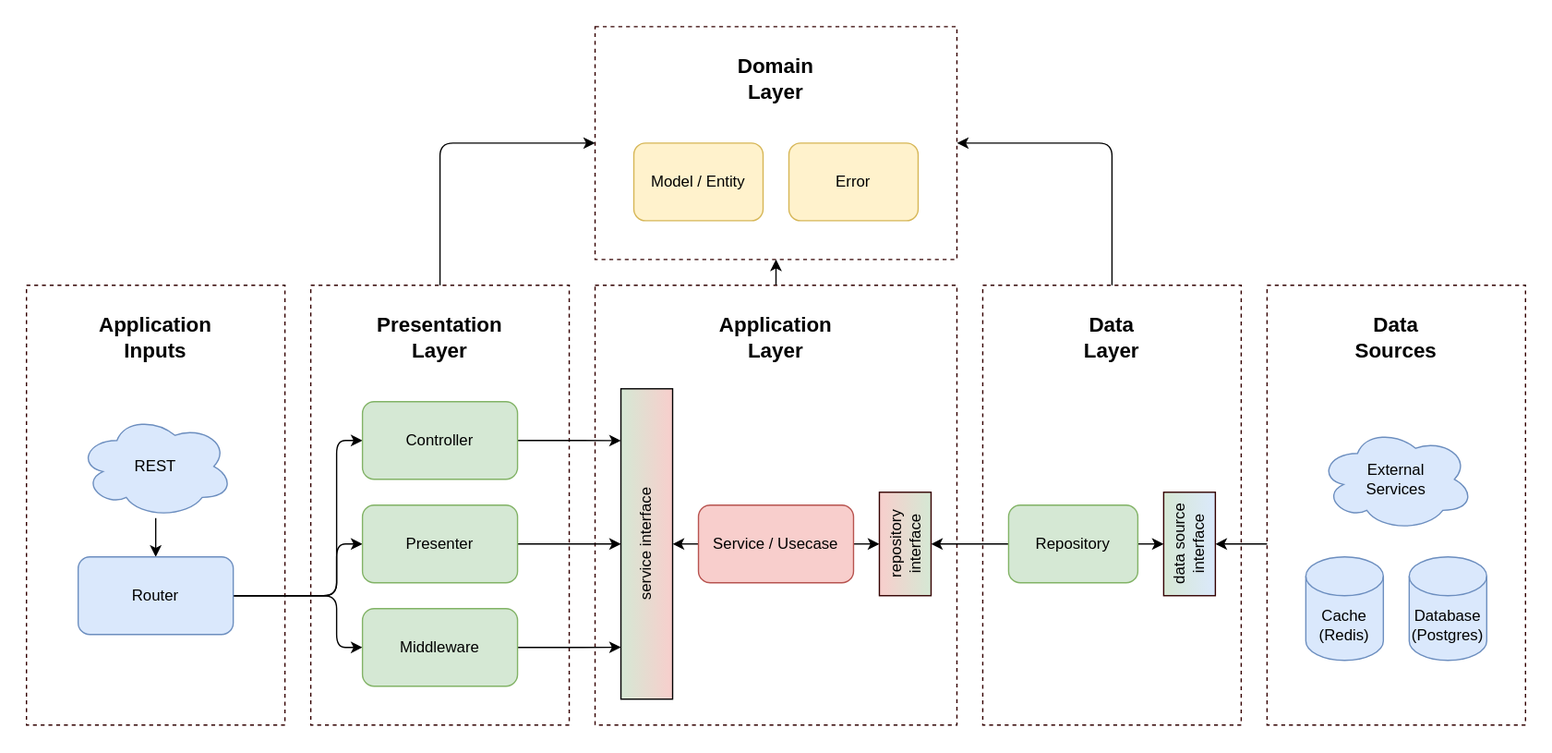
The draw.io diagram docs/architecture.drawio.svg in kevindharmawan/saas-backend, before a commit. Source tidied: cells renumbered, new cells last; positions are measured from the earlier drawing's top-left corner, leaving out a move shared by most shapes. Source of this version:
```xml
<mxGraphModel>
  <root>
    <mxCell id="0" />
    <mxCell id="1" parent="0" />
    <mxCell id="2" style="rounded=0;whiteSpace=wrap;html=1;fillColor=default;strokeColor=none;" parent="1" vertex="1">
      <mxGeometry width="1200" height="580" as="geometry" />
    </mxCell>
    <mxCell id="3" style="edgeStyle=orthogonalEdgeStyle;html=1;" parent="1" edge="1" source="4" target="44">
      <mxGeometry relative="1" as="geometry">
        <Array as="points">
          <mxPoint x="970" y="420" />
          <mxPoint x="970" y="420" />
        </Array>
      </mxGeometry>
    </mxCell>
    <mxCell id="4" style="rounded=0;whiteSpace=wrap;html=1;strokeColor=#330000;fillColor=none;gradientColor=none;dashed=1;" parent="1" vertex="1">
      <mxGeometry x="980" y="220" width="200" height="340" as="geometry" />
    </mxCell>
    <mxCell id="5" style="rounded=0;whiteSpace=wrap;html=1;strokeColor=#330000;fillColor=none;gradientColor=none;dashed=1;" parent="1" vertex="1">
      <mxGeometry x="20" y="220" width="200" height="340" as="geometry" />
    </mxCell>
    <mxCell id="6" value="&lt;span style=&quot;font-size: 16px;&quot;&gt;&lt;b&gt;Application Inputs&lt;/b&gt;&lt;/span&gt;" style="text;html=1;strokeColor=none;fillColor=none;align=center;verticalAlign=middle;whiteSpace=wrap;rounded=0;dashed=1;" parent="1" vertex="1">
      <mxGeometry x="60" y="240" width="120" height="40" as="geometry" />
    </mxCell>
    <mxCell id="7" style="rounded=0;whiteSpace=wrap;html=1;strokeColor=#330000;fillColor=none;gradientColor=none;dashed=1;" parent="1" vertex="1">
      <mxGeometry x="460" y="20" width="280" height="180" as="geometry" />
    </mxCell>
    <mxCell id="8" value="&lt;font style=&quot;font-size: 16px;&quot;&gt;&lt;b&gt;Domain&lt;br&gt;Layer&lt;/b&gt;&lt;/font&gt;" style="text;html=1;strokeColor=none;fillColor=none;align=center;verticalAlign=middle;whiteSpace=wrap;rounded=0;dashed=1;" parent="1" vertex="1">
      <mxGeometry x="540" y="40" width="120" height="40" as="geometry" />
    </mxCell>
    <mxCell id="9" style="edgeStyle=orthogonalEdgeStyle;html=1;entryX=1;entryY=0.5;entryDx=0;entryDy=0;fontSize=16;endArrow=classic;endFill=1;" parent="1" edge="1" source="10" target="7">
      <mxGeometry relative="1" as="geometry">
        <Array as="points">
          <mxPoint x="860" y="110" />
        </Array>
      </mxGeometry>
    </mxCell>
    <mxCell id="10" style="rounded=0;whiteSpace=wrap;html=1;strokeColor=#330000;fillColor=none;gradientColor=none;dashed=1;" parent="1" vertex="1">
      <mxGeometry x="760" y="220" width="200" height="340" as="geometry" />
    </mxCell>
    <mxCell id="11" value="&lt;font style=&quot;font-size: 16px;&quot;&gt;&lt;b&gt;Data&lt;br&gt;Layer&lt;/b&gt;&lt;/font&gt;" style="text;html=1;strokeColor=none;fillColor=none;align=center;verticalAlign=middle;whiteSpace=wrap;rounded=0;dashed=1;" parent="1" vertex="1">
      <mxGeometry x="800" y="240" width="120" height="40" as="geometry" />
    </mxCell>
    <mxCell id="12" style="edgeStyle=orthogonalEdgeStyle;html=1;entryX=0;entryY=0.5;entryDx=0;entryDy=0;fontSize=16;endArrow=classic;endFill=1;" parent="1" edge="1" source="13" target="7">
      <mxGeometry relative="1" as="geometry">
        <Array as="points">
          <mxPoint x="340" y="110" />
        </Array>
      </mxGeometry>
    </mxCell>
    <mxCell id="13" style="rounded=0;whiteSpace=wrap;html=1;strokeColor=#330000;fillColor=none;gradientColor=none;dashed=1;" parent="1" vertex="1">
      <mxGeometry x="240" y="220" width="200" height="340" as="geometry" />
    </mxCell>
    <mxCell id="14" value="&lt;font style=&quot;font-size: 16px;&quot;&gt;&lt;b&gt;Presentation Layer&lt;/b&gt;&lt;/font&gt;" style="text;html=1;strokeColor=none;fillColor=none;align=center;verticalAlign=middle;whiteSpace=wrap;rounded=0;dashed=1;" parent="1" vertex="1">
      <mxGeometry x="280" y="240" width="120" height="40" as="geometry" />
    </mxCell>
    <mxCell id="15" style="edgeStyle=orthogonalEdgeStyle;html=1;entryX=0.5;entryY=1;entryDx=0;entryDy=0;fontSize=16;endArrow=classic;endFill=1;" parent="1" edge="1" source="16" target="7">
      <mxGeometry relative="1" as="geometry" />
    </mxCell>
    <mxCell id="16" style="rounded=0;whiteSpace=wrap;html=1;strokeColor=#330000;fillColor=none;gradientColor=none;dashed=1;" parent="1" vertex="1">
      <mxGeometry x="460" y="220" width="280" height="340" as="geometry" />
    </mxCell>
    <mxCell id="17" style="edgeStyle=orthogonalEdgeStyle;html=1;endArrow=classic;endFill=1;" parent="1" edge="1" source="19" target="38">
      <mxGeometry relative="1" as="geometry" />
    </mxCell>
    <mxCell id="18" style="edgeStyle=orthogonalEdgeStyle;html=1;endArrow=classic;endFill=1;" parent="1" edge="1" source="19" target="37">
      <mxGeometry relative="1" as="geometry" />
    </mxCell>
    <mxCell id="19" value="Service / Usecase" style="rounded=1;whiteSpace=wrap;html=1;fillColor=#f8cecc;strokeColor=#b85450;" parent="1" vertex="1">
      <mxGeometry x="540" y="390" width="120" height="60" as="geometry" />
    </mxCell>
    <mxCell id="20" value="Model / Entity" style="rounded=1;whiteSpace=wrap;html=1;fillColor=#fff2cc;strokeColor=#d6b656;" parent="1" vertex="1">
      <mxGeometry x="490" y="110" width="100" height="60" as="geometry" />
    </mxCell>
    <mxCell id="21" value="Cache&lt;br&gt;(Redis)" style="shape=cylinder3;whiteSpace=wrap;html=1;boundedLbl=1;backgroundOutline=1;size=15;fillColor=#dae8fc;strokeColor=#6c8ebf;" parent="1" vertex="1">
      <mxGeometry x="1010" y="430" width="60" height="80" as="geometry" />
    </mxCell>
    <mxCell id="22" value="Database&lt;br&gt;(Postgres)" style="shape=cylinder3;whiteSpace=wrap;html=1;boundedLbl=1;backgroundOutline=1;size=15;fillColor=#dae8fc;strokeColor=#6c8ebf;" parent="1" vertex="1">
      <mxGeometry x="1090" y="430" width="60" height="80" as="geometry" />
    </mxCell>
    <mxCell id="23" value="External&lt;br&gt;Services" style="ellipse;shape=cloud;whiteSpace=wrap;html=1;fillColor=#dae8fc;strokeColor=#6c8ebf;" parent="1" vertex="1">
      <mxGeometry x="1020" y="330" width="120" height="80" as="geometry" />
    </mxCell>
    <mxCell id="24" style="edgeStyle=orthogonalEdgeStyle;html=1;endArrow=classic;endFill=1;" parent="1" edge="1" source="25" target="29">
      <mxGeometry relative="1" as="geometry" />
    </mxCell>
    <mxCell id="25" value="REST" style="ellipse;shape=cloud;whiteSpace=wrap;html=1;fillColor=#dae8fc;strokeColor=#6c8ebf;" parent="1" vertex="1">
      <mxGeometry x="60" y="320" width="120" height="80" as="geometry" />
    </mxCell>
    <mxCell id="26" style="edgeStyle=orthogonalEdgeStyle;html=1;entryX=0;entryY=0.5;entryDx=0;entryDy=0;endArrow=classic;endFill=1;" parent="1" edge="1" source="29" target="31">
      <mxGeometry relative="1" as="geometry">
        <Array as="points">
          <mxPoint x="260" y="460" />
          <mxPoint x="260" y="340" />
        </Array>
      </mxGeometry>
    </mxCell>
    <mxCell id="27" style="edgeStyle=orthogonalEdgeStyle;html=1;entryX=0;entryY=0.5;entryDx=0;entryDy=0;endArrow=classic;endFill=1;" parent="1" edge="1" source="29" target="33">
      <mxGeometry relative="1" as="geometry">
        <Array as="points">
          <mxPoint x="260" y="460" />
          <mxPoint x="260" y="420" />
        </Array>
      </mxGeometry>
    </mxCell>
    <mxCell id="28" style="edgeStyle=orthogonalEdgeStyle;html=1;entryX=0;entryY=0.5;entryDx=0;entryDy=0;fontSize=16;endArrow=classic;endFill=1;" parent="1" edge="1" source="29" target="41">
      <mxGeometry relative="1" as="geometry">
        <Array as="points">
          <mxPoint x="260" y="460" />
          <mxPoint x="260" y="500" />
        </Array>
      </mxGeometry>
    </mxCell>
    <mxCell id="29" value="Router" style="rounded=1;whiteSpace=wrap;html=1;fillColor=#dae8fc;strokeColor=#6c8ebf;" parent="1" vertex="1">
      <mxGeometry x="60" y="430" width="120" height="60" as="geometry" />
    </mxCell>
    <mxCell id="30" style="edgeStyle=orthogonalEdgeStyle;html=1;entryX=0.833;entryY=0;entryDx=0;entryDy=0;entryPerimeter=0;fontSize=16;endArrow=classic;endFill=1;" parent="1" edge="1" source="31" target="38">
      <mxGeometry relative="1" as="geometry" />
    </mxCell>
    <mxCell id="31" value="Controller" style="rounded=1;whiteSpace=wrap;html=1;fillColor=#d5e8d4;strokeColor=#82b366;" parent="1" vertex="1">
      <mxGeometry x="280" y="310" width="120" height="60" as="geometry" />
    </mxCell>
    <mxCell id="32" style="edgeStyle=orthogonalEdgeStyle;html=1;entryX=0.5;entryY=0;entryDx=0;entryDy=0;fontSize=16;endArrow=classic;endFill=1;" parent="1" edge="1" source="33" target="38">
      <mxGeometry relative="1" as="geometry" />
    </mxCell>
    <mxCell id="33" value="Presenter" style="rounded=1;whiteSpace=wrap;html=1;fillColor=#d5e8d4;strokeColor=#82b366;" parent="1" vertex="1">
      <mxGeometry x="280" y="390" width="120" height="60" as="geometry" />
    </mxCell>
    <mxCell id="34" style="edgeStyle=orthogonalEdgeStyle;html=1;entryX=0.5;entryY=1;entryDx=0;entryDy=0;endArrow=classic;endFill=1;" parent="1" edge="1" source="36" target="37">
      <mxGeometry relative="1" as="geometry" />
    </mxCell>
    <mxCell id="35" style="edgeStyle=orthogonalEdgeStyle;html=1;" parent="1" edge="1" source="36" target="44">
      <mxGeometry relative="1" as="geometry" />
    </mxCell>
    <mxCell id="36" value="Repository" style="rounded=1;whiteSpace=wrap;html=1;fillColor=#d5e8d4;strokeColor=#82b366;" parent="1" vertex="1">
      <mxGeometry x="780" y="390" width="100" height="60" as="geometry" />
    </mxCell>
    <mxCell id="37" value="repository interface" style="rounded=0;whiteSpace=wrap;html=1;fillColor=#f8cecc;rotation=-90;strokeColor=#330000;gradientColor=#d5e8d4;" parent="1" vertex="1">
      <mxGeometry x="660" y="400" width="80" height="40" as="geometry" />
    </mxCell>
    <mxCell id="38" value="service interface" style="rounded=0;whiteSpace=wrap;html=1;fillColor=#d5e8d4;rotation=-90;gradientColor=#f8cecc;" parent="1" vertex="1">
      <mxGeometry x="380" y="400" width="240" height="40" as="geometry" />
    </mxCell>
    <mxCell id="39" value="&lt;font style=&quot;font-size: 16px;&quot;&gt;&lt;b&gt;Application Layer&lt;/b&gt;&lt;/font&gt;" style="text;html=1;strokeColor=none;fillColor=none;align=center;verticalAlign=middle;whiteSpace=wrap;rounded=0;dashed=1;" parent="1" vertex="1">
      <mxGeometry x="540" y="240" width="120" height="40" as="geometry" />
    </mxCell>
    <mxCell id="40" style="edgeStyle=orthogonalEdgeStyle;html=1;entryX=0.167;entryY=0;entryDx=0;entryDy=0;entryPerimeter=0;fontSize=16;endArrow=classic;endFill=1;" parent="1" edge="1" source="41" target="38">
      <mxGeometry relative="1" as="geometry" />
    </mxCell>
    <mxCell id="41" value="Middleware" style="rounded=1;whiteSpace=wrap;html=1;fillColor=#d5e8d4;strokeColor=#82b366;" parent="1" vertex="1">
      <mxGeometry x="280" y="470" width="120" height="60" as="geometry" />
    </mxCell>
    <mxCell id="42" value="Error" style="rounded=1;whiteSpace=wrap;html=1;fillColor=#fff2cc;strokeColor=#d6b656;" parent="1" vertex="1">
      <mxGeometry x="610" y="110" width="100" height="60" as="geometry" />
    </mxCell>
    <mxCell id="43" value="&lt;font style=&quot;font-size: 16px;&quot;&gt;&lt;b&gt;Data&lt;br&gt;Sources&lt;br&gt;&lt;/b&gt;&lt;/font&gt;" style="text;html=1;strokeColor=none;fillColor=none;align=center;verticalAlign=middle;whiteSpace=wrap;rounded=0;dashed=1;" parent="1" vertex="1">
      <mxGeometry x="1020" y="240" width="120" height="40" as="geometry" />
    </mxCell>
    <mxCell id="44" value="data source interface" style="rounded=0;whiteSpace=wrap;html=1;fillColor=#d6e8d4;rotation=-90;strokeColor=#330000;gradientColor=#dbe9fc;" parent="1" vertex="1">
      <mxGeometry x="880" y="400" width="80" height="40" as="geometry" />
    </mxCell>
  </root>
</mxGraphModel>
```
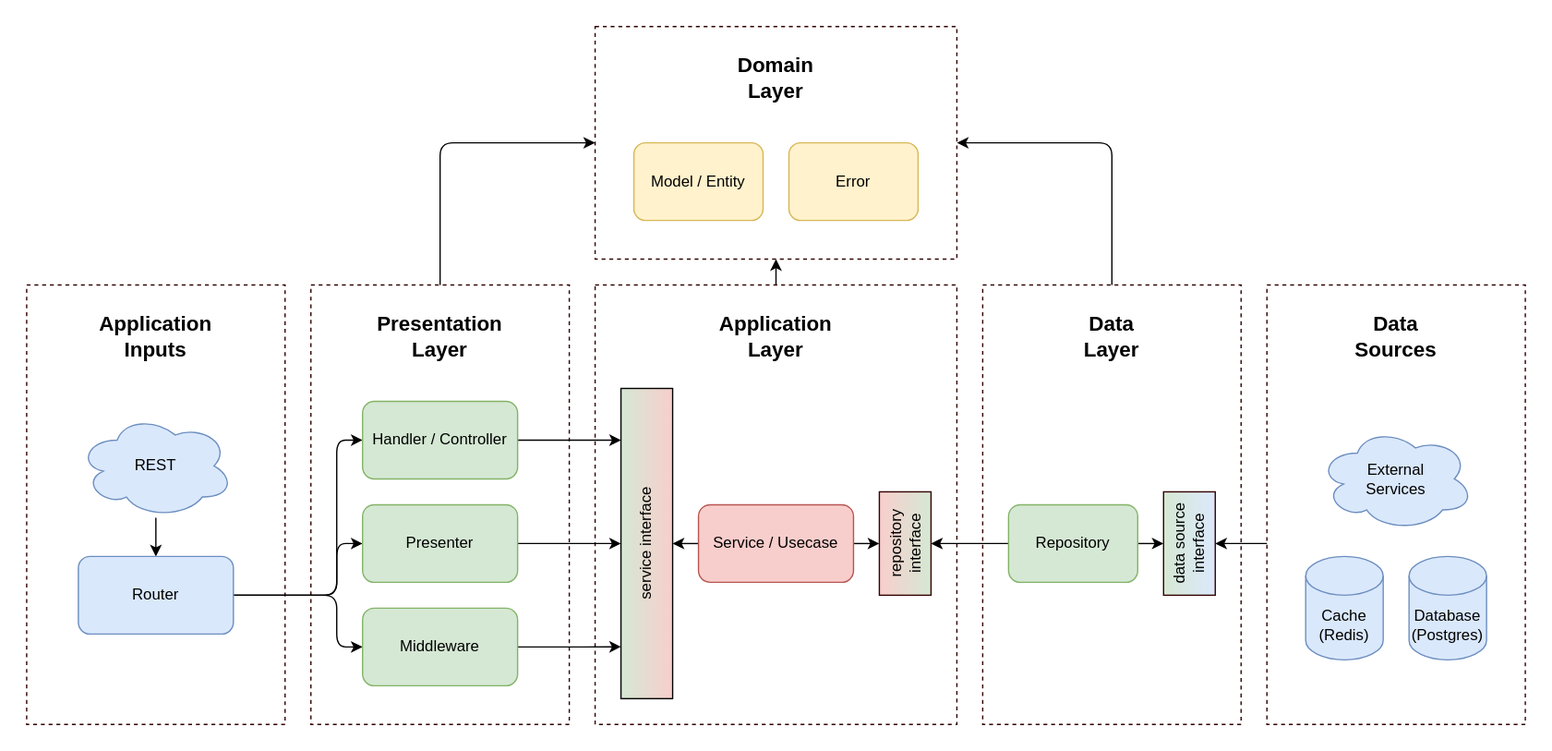
After the commit.

Commit message:
Update architecture diagram

Change to the diagram source:
```diff
@@ -117,7 +117,7 @@
     <mxCell id="30" style="edgeStyle=orthogonalEdgeStyle;html=1;entryX=0.833;entryY=0;entryDx=0;entryDy=0;entryPerimeter=0;fontSize=16;endArrow=classic;endFill=1;" parent="1" edge="1" source="31" target="38">
       <mxGeometry relative="1" as="geometry" />
     </mxCell>
-    <mxCell id="31" value="Controller" style="rounded=1;whiteSpace=wrap;html=1;fillColor=#d5e8d4;strokeColor=#82b366;" parent="1" vertex="1">
+    <mxCell id="31" value="Handler / Controller" style="rounded=1;whiteSpace=wrap;html=1;fillColor=#d5e8d4;strokeColor=#82b366;" parent="1" vertex="1">
       <mxGeometry x="280" y="310" width="120" height="60" as="geometry" />
     </mxCell>
     <mxCell id="32" style="edgeStyle=orthogonalEdgeStyle;html=1;entryX=0.5;entryY=0;entryDx=0;entryDy=0;fontSize=16;endArrow=classic;endFill=1;" parent="1" edge="1" source="33" target="38">
```
